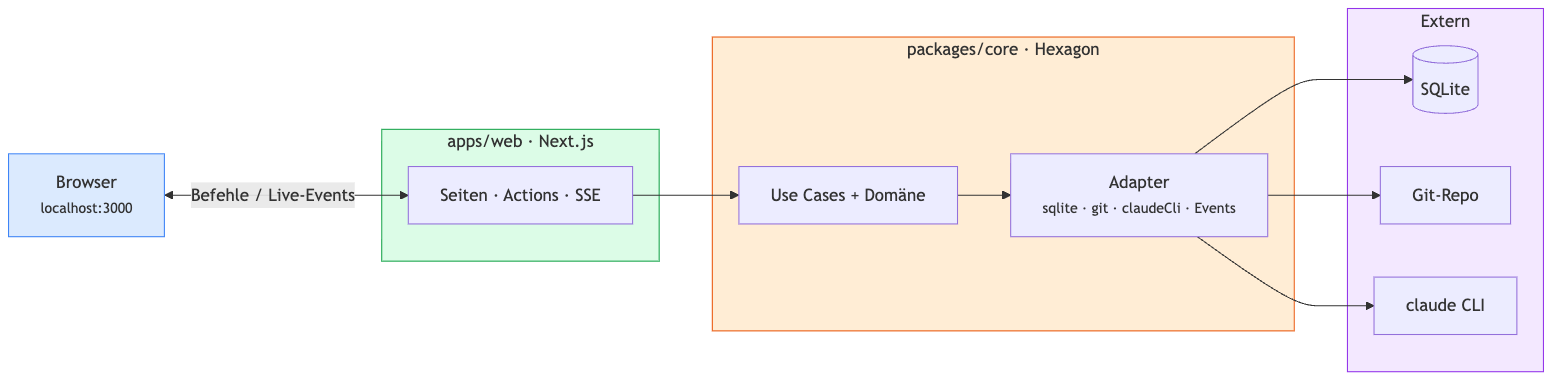
Before: docs/architecture.png, a diagram exported from Mermaid (wojciechlaka/ai-sdlc). Its source is kept beside it as docs/architecture.mmd.
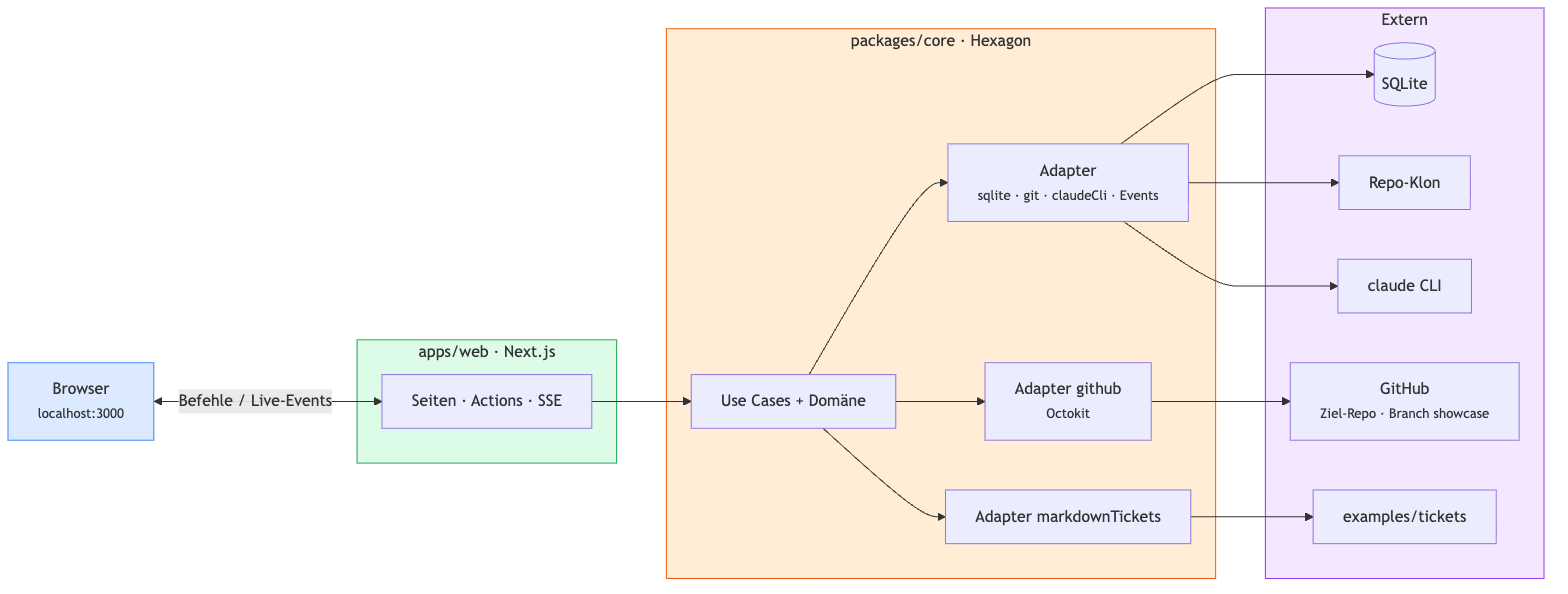
After the change.

What changed in the source:
```diff
@@ -8,13 +8,19 @@
     subgraph Core["packages/core · Hexagon"]
         UC["Use Cases + Domäne"]
         AD["Adapter<br/><small>sqlite · git · claudeCli · Events</small>"]
+        GH["Adapter github<br/><small>Octokit</small>"]
+        MT["Adapter markdownTickets"]
         UC --> AD
+        UC --> GH
+        UC --> MT
     end
 
     subgraph Ext["Extern"]
         DB[("SQLite")]
-        GIT["Git-Repo"]
+        GIT["Repo-Klon"]
         CL["claude CLI"]
+        GHA["GitHub<br/><small>Ziel-Repo · Branch showcase</small>"]
+        TK["examples/tickets"]
     end
 
     B <-->|"Befehle / Live-Events"| W
@@ -22,6 +28,8 @@
     AD --> DB
     AD --> GIT
     AD --> CL
+    GH --> GHA
+    MT --> TK
 
     style Web fill:#dcfce7,stroke:#16a34a
     style Core fill:#ffedd5,stroke:#ea580c
```
